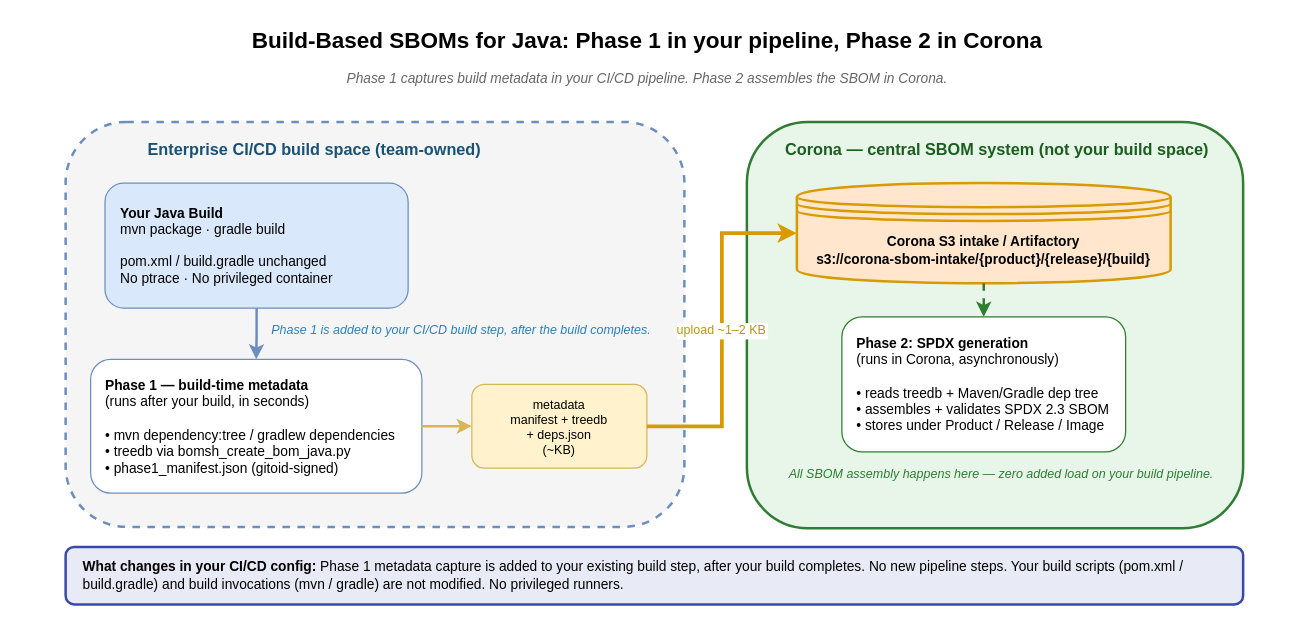
tedg-dev/bisbom-gen keeps this draw.io diagram as docs/sidecar/java/java-sbom-phase-split.drawio. Above is the earlier version. Source tidied: cells renumbered, new cells numbered last; positions are measured from the earlier drawing's top-left corner, leaving out a move shared by most shapes. Both pictures are drawn from the tidied source at 125%, with x=0, y=0 at pixel (21, 21).
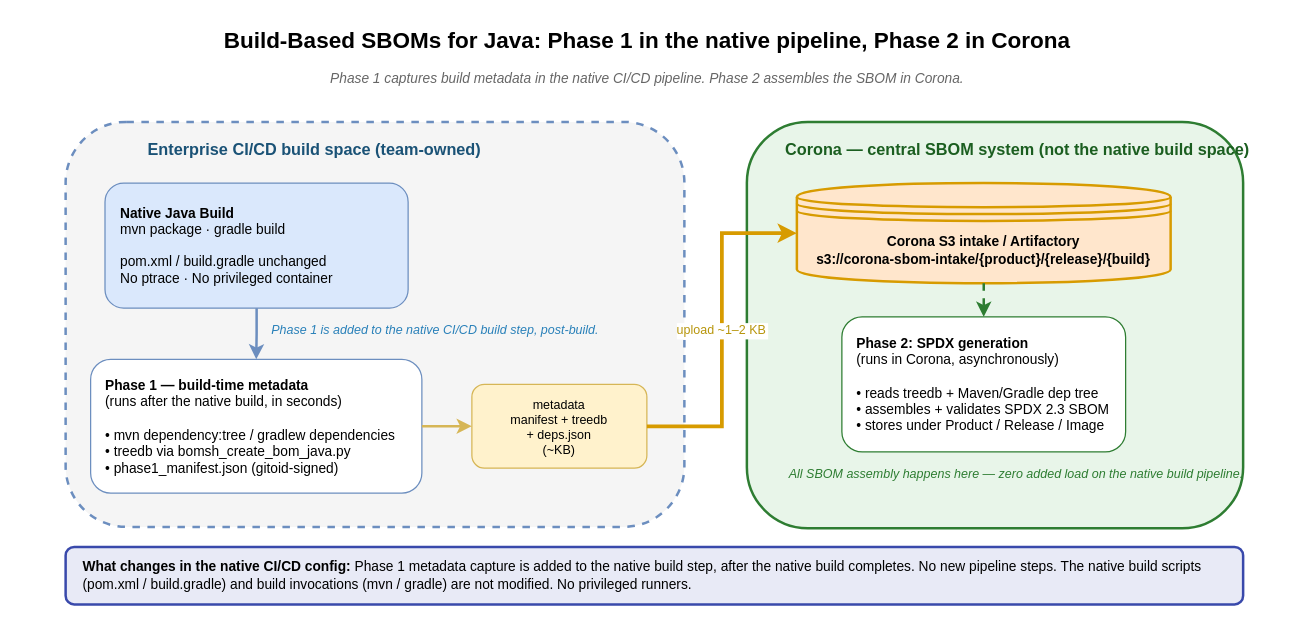
After the change.

The edit, as a diff of the source:
```diff
@@
 <mxGraphModel>
   <root>
     <mxCell id="0" />
     <mxCell id="1" parent="0" />
-    <mxCell id="2" value="Build-Based SBOMs for Java: Phase 1 in your pipeline, Phase 2 in Corona" style="text;html=1;fontSize=18;fontStyle=1;align=center;verticalAlign=middle;" parent="1" vertex="1">
+    <mxCell id="2" value="Build-Based SBOMs for Java: Phase 1 in the native pipeline, Phase 2 in Corona" style="text;html=1;fontSize=18;fontStyle=1;align=center;verticalAlign=middle;" parent="1" vertex="1">
       <mxGeometry width="1000" height="30" as="geometry" />
     </mxCell>
-    <mxCell id="3" value="Phase 1 captures build metadata in your CI/CD pipeline. Phase 2 assembles the SBOM in Corona." style="text;html=1;fontSize=11;fontStyle=2;align=center;fontColor=#666666;" parent="1" vertex="1">
+    <mxCell id="3" value="Phase 1 captures build metadata in the native CI/CD pipeline. Phase 2 assembles the SBOM in Corona." style="text;html=1;fontSize=11;fontStyle=2;align=center;fontColor=#666666;" parent="1" vertex="1">
       <mxGeometry y="32" width="1000" height="34" as="geometry" />
     </mxCell>
     <mxCell id="4" style="rounded=1;whiteSpace=wrap;html=1;fillColor=#f5f5f5;strokeColor=#6c8ebf;strokeWidth=2;dashed=1;" parent="1" vertex="1">
       <mxGeometry x="35" y="80" width="495" height="324" as="geometry" />
     </mxCell>
     <mxCell id="5" value="Enterprise CI/CD build space (team-owned)" style="text;html=1;fontSize=13;fontStyle=1;align=left;fontColor=#1a5276;" parent="1" vertex="1">
       <mxGeometry x="99" y="88" width="320" height="24" as="geometry" />
     </mxCell>
-    <mxCell id="6" value="&lt;b&gt;Your Java Build&lt;/b&gt;&#10;mvn package · gradle build&#10;&#10;pom.xml / build.gradle unchanged&#10;No ptrace · No privileged container" style="rounded=1;whiteSpace=wrap;html=1;fillColor=#dae8fc;strokeColor=#6c8ebf;fontSize=11;align=left;verticalAlign=middle;spacingLeft=10;" parent="1" vertex="1">
+    <mxCell id="6" value="&lt;b&gt;Native Java Build&lt;/b&gt;&#10;mvn package · gradle build&#10;&#10;pom.xml / build.gradle unchanged&#10;No ptrace · No privileged container" style="rounded=1;whiteSpace=wrap;html=1;fillColor=#dae8fc;strokeColor=#6c8ebf;fontSize=11;align=left;verticalAlign=middle;spacingLeft=10;" parent="1" vertex="1">
       <mxGeometry x="66.5" y="129" width="242.5" height="100" as="geometry" />
     </mxCell>
-    <mxCell id="7" value="&lt;b&gt;Phase 1 — build-time metadata&lt;/b&gt;&#10;(runs after your build, in seconds)&#10;&#10;• mvn dependency:tree / gradlew dependencies&#10;• treedb via bomsh_create_bom_java.py&#10;• phase1_manifest.json (gitoid-signed)" style="rounded=1;whiteSpace=wrap;html=1;fillColor=#ffffff;strokeColor=#6c8ebf;fontSize=11;align=left;verticalAlign=middle;spacingLeft=10;" parent="1" vertex="1">
+    <mxCell id="7" value="&lt;b&gt;Phase 1 — build-time metadata&lt;/b&gt;&#10;(runs after the native build, in seconds)&#10;&#10;• mvn dependency:tree / gradlew dependencies&#10;• treedb via bomsh_create_bom_java.py&#10;• phase1_manifest.json (gitoid-signed)" style="rounded=1;whiteSpace=wrap;html=1;fillColor=#ffffff;strokeColor=#6c8ebf;fontSize=11;align=left;verticalAlign=middle;spacingLeft=10;" parent="1" vertex="1">
       <mxGeometry x="55" y="270" width="265" height="107" as="geometry" />
     </mxCell>
     <mxCell id="8" style="edgeStyle=orthogonalEdgeStyle;rounded=0;strokeColor=#6c8ebf;strokeWidth=2;" parent="1" edge="1" source="6" target="7">
       <mxGeometry relative="1" as="geometry" />
     </mxCell>
     <mxCell id="9" value="metadata&#10;manifest + treedb&#10;+ deps.json&#10;(~KB)" style="rounded=1;whiteSpace=wrap;html=1;fillColor=#fff2cc;strokeColor=#d6b656;fontSize=10;verticalAlign=middle;align=center;" parent="1" vertex="1">
       <mxGeometry x="360" y="290" width="140" height="67" as="geometry" />
     </mxCell>
     <mxCell id="10" style="edgeStyle=orthogonalEdgeStyle;rounded=0;strokeColor=#d6b656;strokeWidth=2;" parent="1" edge="1" source="7" target="9">
       <mxGeometry relative="1" as="geometry" />
     </mxCell>
-    <mxCell id="11" value="Phase 1 is added to your CI/CD build step, after the build completes." style="text;html=1;fontSize=10;fontStyle=2;align=left;fontColor=#2980b9;" parent="1" vertex="1">
+    <mxCell id="11" value="Phase 1 is added to the native CI/CD build step, post-build." style="text;html=1;fontSize=10;fontStyle=2;align=left;fontColor=#2980b9;" parent="1" vertex="1">
       <mxGeometry x="198" y="234" width="320" height="18" as="geometry" />
     </mxCell>
     <mxCell id="12" style="rounded=1;whiteSpace=wrap;html=1;fillColor=#e8f5e9;strokeColor=#2e7d32;strokeWidth=2;" parent="1" vertex="1">
       <mxGeometry x="580" y="80" width="397" height="325" as="geometry" />
     </mxCell>
-    <mxCell id="13" value="Corona — central SBOM system (not your build space)" style="text;html=1;fontSize=13;fontStyle=1;align=left;fontColor=#1b5e20;" parent="1" vertex="1">
+    <mxCell id="13" value="Corona — central SBOM system (not the native build space)" style="text;html=1;fontSize=13;fontStyle=1;align=left;fontColor=#1b5e20;" parent="1" vertex="1">
       <mxGeometry x="609" y="88" width="355" height="24" as="geometry" />
     </mxCell>
     <mxCell id="14" value="Corona S3 intake / Artifactory&#10;s3://corona-sbom-intake/{product}/{release}/{build}" style="shape=datastore;whiteSpace=wrap;html=1;fillColor=#ffe6cc;strokeColor=#d79b00;strokeWidth=2;fontSize=11;fontStyle=1;" parent="1" vertex="1">
       <mxGeometry x="620" y="129" width="299" height="80" as="geometry" />
     </mxCell>
     <mxCell id="15" value="&lt;b&gt;Phase 2: SPDX generation&lt;/b&gt;&#10;(runs in Corona, asynchronously)&#10;&#10;• reads treedb + Maven/Gradle dep tree&#10;• assembles + validates SPDX 2.3 SBOM&#10;• stores under Product / Release / Image" style="rounded=1;whiteSpace=wrap;html=1;fillColor=#ffffff;strokeColor=#2e7d32;fontSize=11;align=left;verticalAlign=middle;spacingLeft=10;" parent="1" vertex="1">
       <mxGeometry x="656" y="236" width="227" height="108" as="geometry" />
     </mxCell>
-    <mxCell id="16" value="All SBOM assembly happens here — zero added load on your build pipeline." style="text;html=1;fontSize=10;fontStyle=2;align=left;fontColor=#2e7d32;" parent="1" vertex="1">
+    <mxCell id="16" value="All SBOM assembly happens here — zero added load on the native build pipeline." style="text;html=1;fontSize=10;fontStyle=2;align=left;fontColor=#2e7d32;" parent="1" vertex="1">
       <mxGeometry x="611.5" y="349" width="350" height="26" as="geometry" />
     </mxCell>
     <mxCell id="17" value="upload ~1–2 KB" style="edgeStyle=orthogonalEdgeStyle;rounded=0;strokeColor=#d79b00;strokeWidth=3;fontSize=10;fontColor=#b7950b;entryX=0;entryY=0.5;entryDx=0;entryDy=0;" parent="1" edge="1" source="9" target="14">
       <mxGeometry relative="1" as="geometry" />
     </mxCell>
     <mxCell id="18" style="edgeStyle=orthogonalEdgeStyle;rounded=0;strokeColor=#2e7d32;strokeWidth=2;dashed=1;" parent="1" edge="1" source="14" target="15">
       <mxGeometry relative="1" as="geometry" />
     </mxCell>
-    <mxCell id="19" value="&lt;b&gt;What changes in your CI/CD config:&lt;/b&gt; Phase 1 metadata capture is added to your existing build step, after your build completes. No new pipeline steps. Your build scripts (pom.xml / build.gradle) and build invocations (mvn / gradle) are not modified. No privileged runners." style="rounded=1;whiteSpace=wrap;html=1;fillColor=#e8eaf6;strokeColor=#3949ab;strokeWidth=2;fontSize=11;fontStyle=0;align=left;verticalAlign=middle;spacingLeft=12;spacingRight=12;" parent="1" vertex="1">
+    <mxCell id="19" value="&lt;b&gt;What changes in the native CI/CD config:&lt;/b&gt; Phase 1 metadata capture is added to the native build step, after the native build completes. No new pipeline steps. The native build scripts (pom.xml / build.gradle) and build invocations (mvn / gradle) are not modified. No privileged runners." style="rounded=1;whiteSpace=wrap;html=1;fillColor=#e8eaf6;strokeColor=#3949ab;strokeWidth=2;fontSize=11;fontStyle=0;align=left;verticalAlign=middle;spacingLeft=12;spacingRight=12;" parent="1" vertex="1">
       <mxGeometry x="35" y="420" width="942" height="46" as="geometry" />
     </mxCell>
   </root>
 </mxGraphModel>
```
